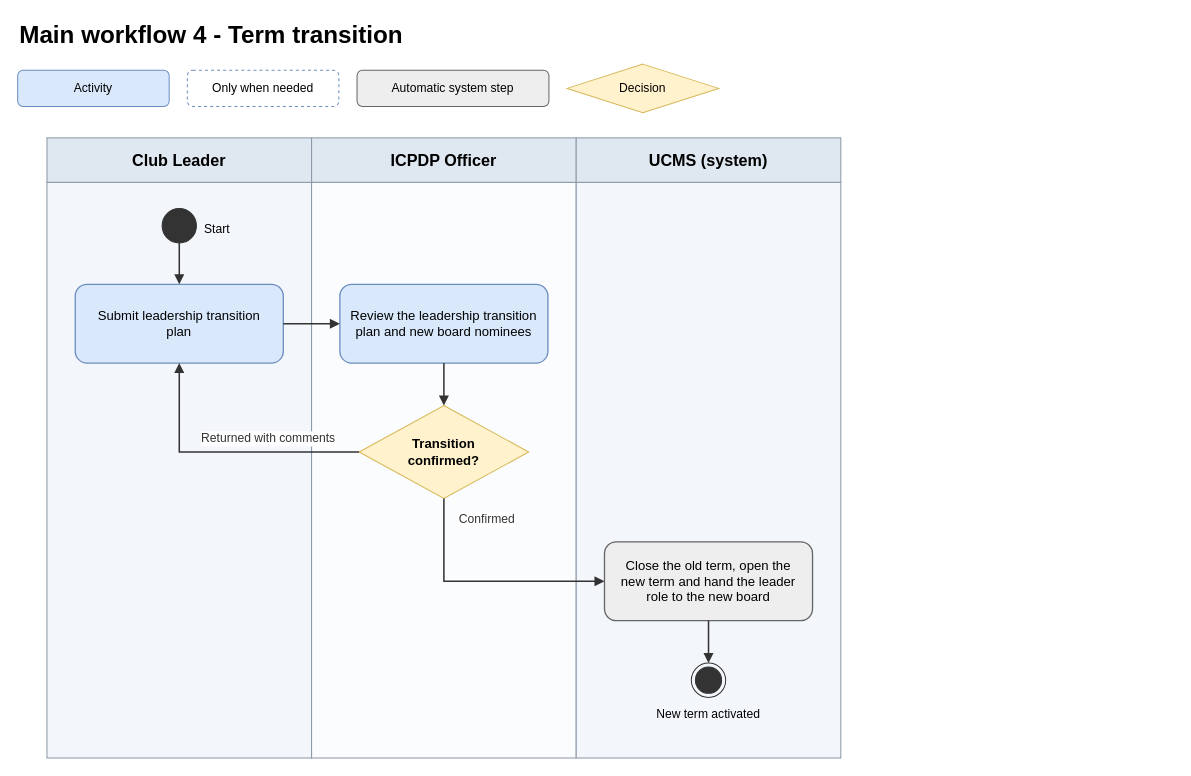
Above: page "04 Term transition" (4 of 7) of docs/03-diagrams/UCMS_Main_Workflow.drawio in nvdekay/ClubManagementSystem (draw.io), before the change. Source tidied: cells renumbered, new cells numbered last; positions are measured from the earlier drawing's top-left corner, leaving out a move shared by most shapes. Both pictures are drawn from the tidied source at 101%, with x=0, y=0 at pixel (17, 17).
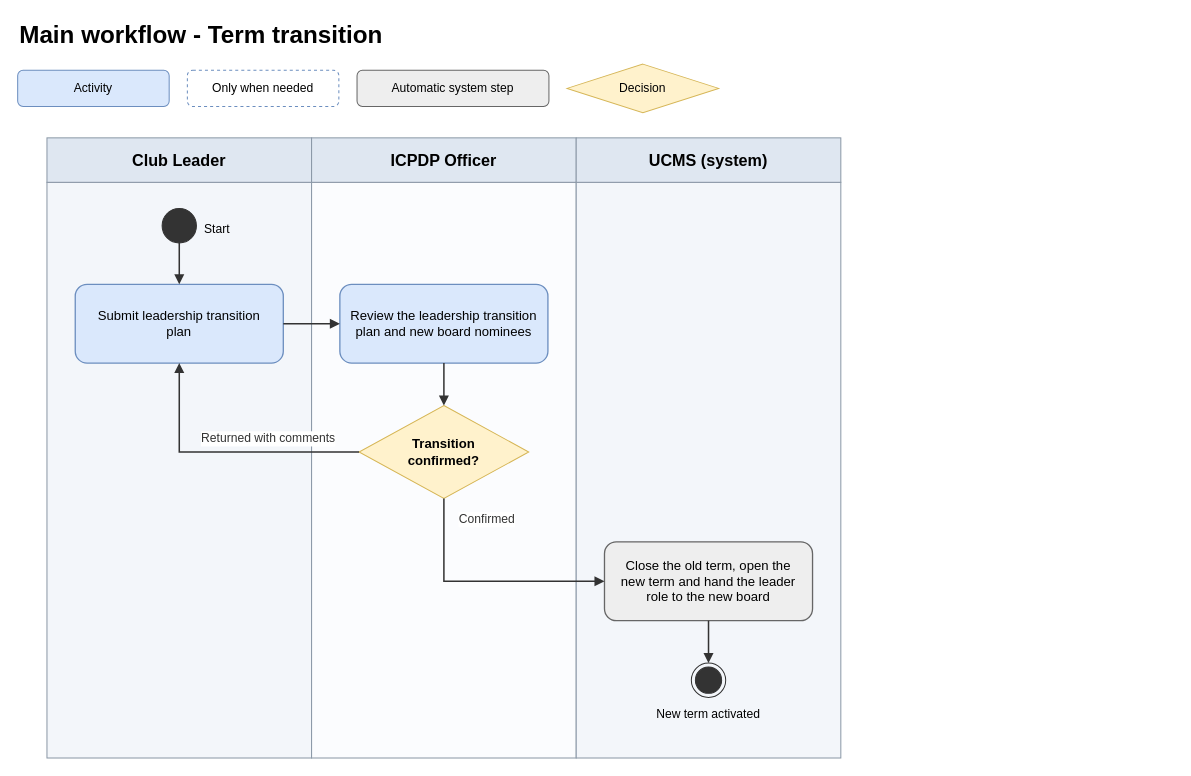
The same page after the edit.

What changed in the source:
```diff
@@
-    <mxCell id="2" value="Main workflow 4 - Term transition" style="text;html=1;align=left;verticalAlign=middle;fontSize=24;fontStyle=1;" parent="1" vertex="1">
+    <mxCell id="2" value="Main workflow - Term transition" style="text;html=1;align=left;verticalAlign=middle;fontSize=24;fontStyle=1;" parent="1" vertex="1">
       <mxGeometry width="1144" height="36" as="geometry" />
     </mxCell>
```
